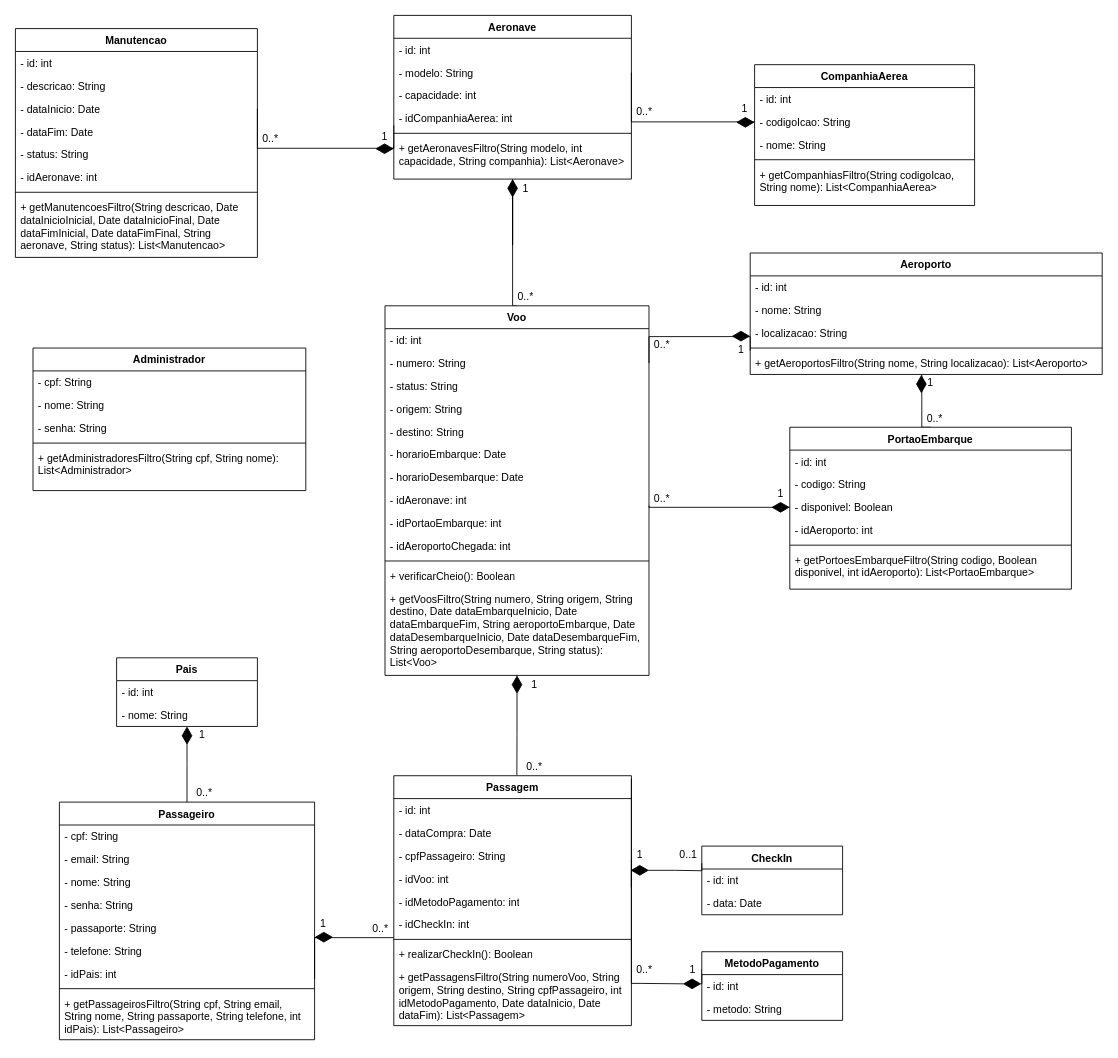
GabrielGMori/trabalho-conclus-o-ano keeps this draw.io diagram as Diagramas/Eng_de_Software/Modelos/Classes.drawio. Above is the earlier version. Source tidied: cells renumbered, new cells numbered last; positions are measured from the earlier drawing's top-left corner, leaving out a move shared by most shapes. Both pictures are drawn from the tidied source at 88%, with x=0, y=0 at pixel (15, 15).
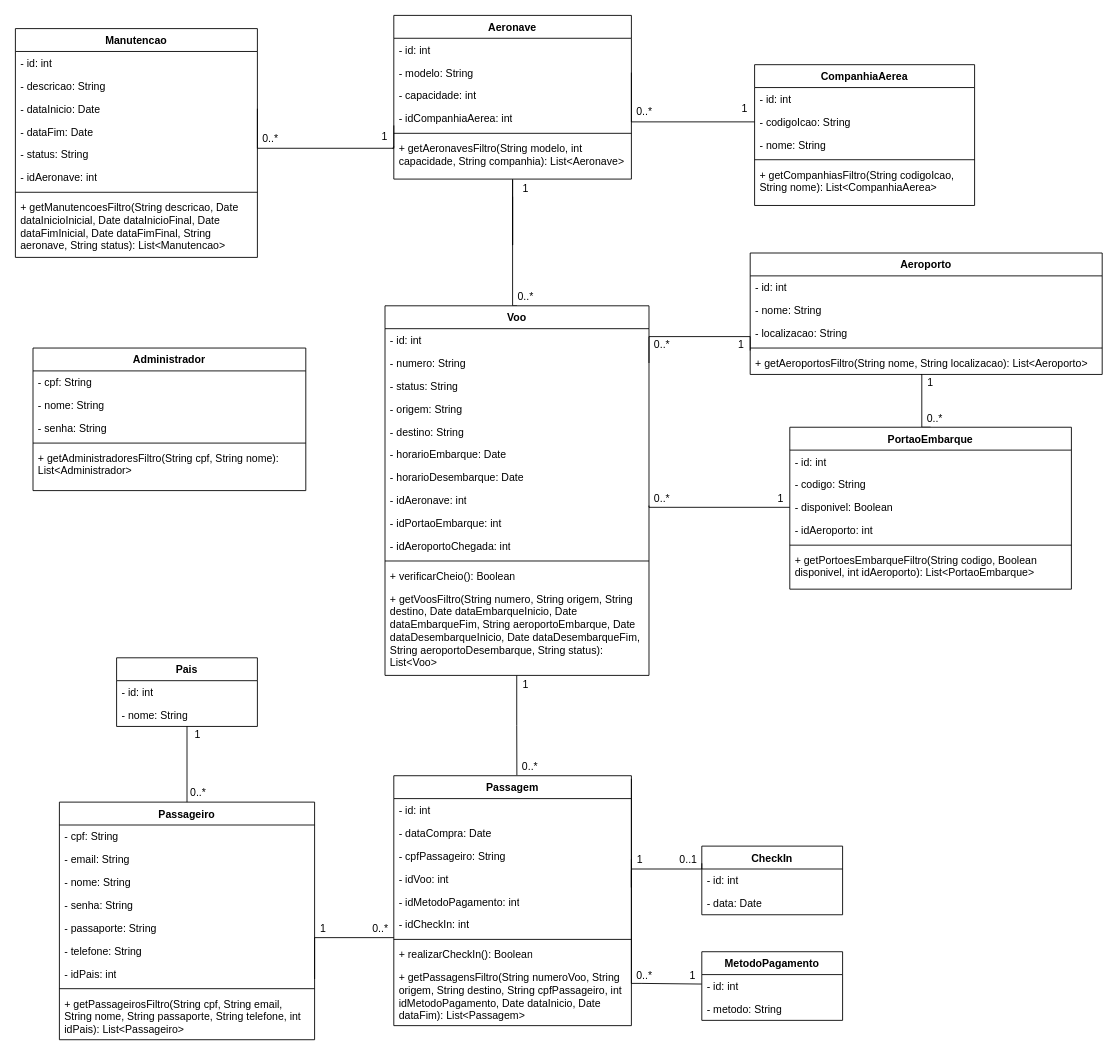
The same page after the edit.

Commit message (it also covers changes not shown here):
Faz pequenas alterações a corrige alguns erros nos diagramas

The change refers to these unchanged cells:
```xml
<mxCell id="12" value="Aeronave" style="swimlane;fontStyle=1;align=center;verticalAlign=top;horizontal=1;startSize=26;whiteSpace=wrap;html=1;" parent="1" vertex="1">
  <mxGeometry x="430" width="270" height="186" as="geometry" />
</mxCell>
<mxCell id="27" value="Voo" style="swimlane;fontStyle=1;align=center;verticalAlign=top;horizontal=1;startSize=26;whiteSpace=wrap;html=1;" parent="1" vertex="1">
  <mxGeometry x="420" y="330" width="300" height="420" as="geometry" />
</mxCell>
<mxCell id="40" value="+ getVoosFiltro(String numero, String origem, String destino, Date dataEmbarqueInicio, Date dataEmbarqueFim, String aeroportoEmbarque, Date dataDesembarqueInicio, Date dataDesembarqueFim, String aeroportoDesembarque, String status): List&amp;lt;Voo&amp;gt;" style="text;strokeColor=none;fillColor=none;align=left;verticalAlign=top;spacingLeft=4;spacingRight=4;overflow=hidden;points=[[0,0.5],[1,0.5]];portConstraint=eastwest;whiteSpace=wrap;html=1;" parent="27" vertex="1">
  <mxGeometry y="320" width="300" height="100" as="geometry" />
</mxCell>
<mxCell id="56" value="Passagem" style="swimlane;fontStyle=1;align=center;verticalAlign=top;horizontal=1;startSize=26;whiteSpace=wrap;html=1;" parent="1" vertex="1">
  <mxGeometry x="430" y="864" width="270" height="284" as="geometry" />
</mxCell>
<mxCell id="66" value="CheckIn" style="swimlane;fontStyle=1;align=center;verticalAlign=top;horizontal=1;startSize=26;whiteSpace=wrap;html=1;" parent="1" vertex="1">
  <mxGeometry x="780" y="944" width="160" height="78" as="geometry" />
</mxCell>
<mxCell id="69" value="MetodoPagamento" style="swimlane;fontStyle=1;align=center;verticalAlign=top;horizontal=1;startSize=26;whiteSpace=wrap;html=1;" parent="1" vertex="1">
  <mxGeometry x="780" y="1064" width="160" height="78" as="geometry" />
</mxCell>
<mxCell id="70" value="- id: int" style="text;strokeColor=none;fillColor=none;align=left;verticalAlign=top;spacingLeft=4;spacingRight=4;overflow=hidden;points=[[0,0.5],[1,0.5]];portConstraint=eastwest;whiteSpace=wrap;html=1;" parent="69" vertex="1">
  <mxGeometry y="26" width="160" height="26" as="geometry" />
</mxCell>
<mxCell id="78" value="Passageiro" style="swimlane;fontStyle=1;align=center;verticalAlign=top;horizontal=1;startSize=26;whiteSpace=wrap;html=1;" parent="1" vertex="1">
  <mxGeometry x="50" y="894" width="290" height="270" as="geometry" />
</mxCell>
<mxCell id="88" value="Pais" style="swimlane;fontStyle=1;align=center;verticalAlign=top;horizontal=1;startSize=26;whiteSpace=wrap;html=1;" parent="1" vertex="1">
  <mxGeometry x="115" y="730" width="160" height="78" as="geometry" />
</mxCell>
<mxCell id="90" value="- nome: String" style="text;strokeColor=none;fillColor=none;align=left;verticalAlign=top;spacingLeft=4;spacingRight=4;overflow=hidden;points=[[0,0.5],[1,0.5]];portConstraint=eastwest;whiteSpace=wrap;html=1;" parent="88" vertex="1">
  <mxGeometry y="52" width="160" height="26" as="geometry" />
</mxCell>
<mxCell id="97" value="1" style="text;html=1;align=center;verticalAlign=middle;whiteSpace=wrap;rounded=0;" parent="1" vertex="1">
  <mxGeometry x="410" y="128" width="20" height="20" as="geometry" />
</mxCell>
```

The edit, as a diff of the source:
```diff
@@
-    <mxCell id="11" style="edgeStyle=orthogonalEdgeStyle;rounded=0;jettySize=auto;html=1;entryX=0.5;entryY=0;entryDx=0;entryDy=0;endArrow=none;endFill=0;startArrow=none;" parent="1" edge="1" source="135" target="27">
+    <mxCell id="11" style="edgeStyle=orthogonalEdgeStyle;rounded=0;jettySize=auto;html=1;entryX=0.5;entryY=0;entryDx=0;entryDy=0;endArrow=none;endFill=0;startArrow=none;" parent="1" edge="1" target="27">
       <mxGeometry relative="1" as="geometry">
+        <mxPoint x="565" y="206" as="sourcePoint" />
         <Array as="points">
           <mxPoint x="565" y="330" />
         </Array>
       </mxGeometry>
     </mxCell>
@@
-    <mxCell id="26" style="edgeStyle=orthogonalEdgeStyle;rounded=0;jettySize=auto;html=1;exitX=0;exitY=0.5;exitDx=0;exitDy=0;endArrow=none;endFill=0;entryX=0.518;entryY=-0.002;entryDx=0;entryDy=0;entryPerimeter=0;startArrow=none;" parent="1" edge="1" source="133" target="56">
+    <mxCell id="26" style="edgeStyle=orthogonalEdgeStyle;rounded=0;jettySize=auto;html=1;exitX=0.499;exitY=1.001;exitDx=0;exitDy=0;endArrow=none;endFill=0;entryX=0.518;entryY=-0.002;entryDx=0;entryDy=0;entryPerimeter=0;startArrow=none;exitPerimeter=0;" parent="1" edge="1" source="40" target="56">
       <mxGeometry relative="1" as="geometry" />
     </mxCell>
@@
-    <mxCell id="55" style="edgeStyle=orthogonalEdgeStyle;rounded=0;jettySize=auto;html=1;exitX=1;exitY=0.5;exitDx=0;exitDy=0;entryX=0;entryY=0.25;entryDx=0;entryDy=0;endArrow=none;endFill=0;startArrow=none;" parent="1" edge="1" source="126" target="69">
-      <mxGeometry relative="1" as="geometry">
-        <Array as="points">
-          <mxPoint x="780" y="1100" />
-        </Array>
-      </mxGeometry>
-    </mxCell>
@@
-    <mxCell id="91" style="edgeStyle=orthogonalEdgeStyle;rounded=0;jettySize=auto;html=1;exitX=1;exitY=0.5;exitDx=0;exitDy=0;entryX=0.995;entryY=1.046;entryDx=0;entryDy=0;endArrow=none;endFill=0;entryPerimeter=0;startArrow=none;" parent="1" edge="1" source="121" target="97">
-      <mxGeometry relative="1" as="geometry" />
+    <mxCell id="91" style="edgeStyle=orthogonalEdgeStyle;rounded=0;jettySize=auto;html=1;exitX=1;exitY=0.5;exitDx=0;exitDy=0;entryX=0.995;entryY=1.046;entryDx=0;entryDy=0;endArrow=none;endFill=0;entryPerimeter=0;startArrow=none;" parent="1" edge="1" target="97">
+      <mxGeometry relative="1" as="geometry">
+        <mxPoint x="429" y="151.5" as="sourcePoint" />
+      </mxGeometry>
     </mxCell>
@@
-    <mxCell id="93" style="edgeStyle=orthogonalEdgeStyle;rounded=0;jettySize=auto;html=1;exitX=1;exitY=0.5;exitDx=0;exitDy=0;endArrow=none;endFill=0;startArrow=none;entryX=0;entryY=0.25;entryDx=0;entryDy=0;" parent="1" edge="1" source="129" target="66">
+    <mxCell id="93" style="edgeStyle=orthogonalEdgeStyle;rounded=0;jettySize=auto;html=1;endArrow=none;endFill=0;startArrow=none;entryX=0;entryY=0.25;entryDx=0;entryDy=0;" parent="1" edge="1" target="66">
       <mxGeometry relative="1" as="geometry">
+        <mxPoint x="700" y="970" as="sourcePoint" />
         <Array as="points">
-          <mxPoint x="750" y="972" />
-          <mxPoint x="780" y="972" />
+          <mxPoint x="780" y="970" />
         </Array>
       </mxGeometry>
     </mxCell>
@@
-    <mxCell id="95" style="edgeStyle=orthogonalEdgeStyle;rounded=0;jettySize=auto;html=1;endArrow=none;endFill=0;entryX=0.5;entryY=0;entryDx=0;entryDy=0;exitX=0;exitY=0.5;exitDx=0;exitDy=0;startArrow=none;" parent="1" edge="1" source="131" target="78">
-      <mxGeometry relative="1" as="geometry">
-        <Array as="points">
-          <mxPoint x="195" y="850" />
-          <mxPoint x="195" y="850" />
-        </Array>
-      </mxGeometry>
+    <mxCell id="95" style="edgeStyle=orthogonalEdgeStyle;rounded=0;jettySize=auto;html=1;endArrow=none;endFill=0;entryX=0.5;entryY=0;entryDx=0;entryDy=0;exitX=0.5;exitY=0.986;exitDx=0;exitDy=0;startArrow=none;exitPerimeter=0;" parent="1" edge="1" source="90" target="78">
+      <mxGeometry relative="1" as="geometry" />
     </mxCell>
@@
     <mxCell id="102" value="1" style="text;html=1;align=center;verticalAlign=middle;whiteSpace=wrap;rounded=0;" parent="1" vertex="1">
-      <mxGeometry x="860" y="534" width="20" height="20" as="geometry" />
+      <mxGeometry x="860" y="540" width="20" height="20" as="geometry" />
     </mxCell>
@@
     <mxCell id="106" value="1" style="text;html=1;align=center;verticalAlign=middle;whiteSpace=wrap;rounded=0;" parent="1" vertex="1">
-      <mxGeometry x="580" y="751" width="20" height="20" as="geometry" />
+      <mxGeometry x="570" y="751" width="20" height="20" as="geometry" />
     </mxCell>
     <mxCell id="107" value="0..*" style="text;html=1;align=center;verticalAlign=middle;whiteSpace=wrap;rounded=0;" parent="1" vertex="1">
-      <mxGeometry x="575" y="844" width="30" height="20" as="geometry" />
+      <mxGeometry x="570" y="844" width="30" height="20" as="geometry" />
     </mxCell>
     <mxCell id="108" value="1" style="text;html=1;align=center;verticalAlign=middle;whiteSpace=wrap;rounded=0;" parent="1" vertex="1">
-      <mxGeometry x="699.5" y="944" width="20" height="20" as="geometry" />
+      <mxGeometry x="700" y="950" width="20" height="20" as="geometry" />
     </mxCell>
     <mxCell id="109" value="0..1" style="text;html=1;align=center;verticalAlign=middle;whiteSpace=wrap;rounded=0;" parent="1" vertex="1">
-      <mxGeometry x="750" y="944" width="30" height="20" as="geometry" />
+      <mxGeometry x="750" y="950" width="30" height="20" as="geometry" />
     </mxCell>
     <mxCell id="110" value="1" style="text;html=1;align=center;verticalAlign=middle;whiteSpace=wrap;rounded=0;" parent="1" vertex="1">
-      <mxGeometry x="760" y="1075" width="20" height="20" as="geometry" />
+      <mxGeometry x="760" y="1081" width="20" height="20" as="geometry" />
     </mxCell>
     <mxCell id="111" value="0..*" style="text;html=1;align=center;verticalAlign=middle;whiteSpace=wrap;rounded=0;" parent="1" vertex="1">
-      <mxGeometry x="700" y="1075" width="30" height="20" as="geometry" />
+      <mxGeometry x="700" y="1081" width="30" height="20" as="geometry" />
     </mxCell>
     <mxCell id="112" value="1" style="text;html=1;align=center;verticalAlign=middle;whiteSpace=wrap;rounded=0;" parent="1" vertex="1">
-      <mxGeometry x="340" y="1022" width="20" height="20" as="geometry" />
+      <mxGeometry x="340" y="1028" width="20" height="20" as="geometry" />
     </mxCell>
@@
     <mxCell id="114" value="1" style="text;html=1;align=center;verticalAlign=middle;whiteSpace=wrap;rounded=0;" parent="1" vertex="1">
-      <mxGeometry x="204.5" y="808" width="15" height="20" as="geometry" />
+      <mxGeometry x="200" y="808" width="15" height="20" as="geometry" />
     </mxCell>
     <mxCell id="115" value="0..*" style="text;html=1;align=center;verticalAlign=middle;whiteSpace=wrap;rounded=0;" parent="1" vertex="1">
-      <mxGeometry x="200" y="874" width="30" height="20" as="geometry" />
+      <mxGeometry x="192.5" y="874" width="30" height="20" as="geometry" />
     </mxCell>
@@
     <mxCell id="118" value="1" style="text;html=1;align=center;verticalAlign=middle;whiteSpace=wrap;rounded=0;" parent="1" vertex="1">
-      <mxGeometry x="815" y="370" width="20" height="20" as="geometry" />
+      <mxGeometry x="815" y="365" width="20" height="20" as="geometry" />
     </mxCell>
-    <mxCell id="119" style="rhombus;whiteSpace=wrap;html=1;fillColor=#000000;" parent="1" vertex="1">
-      <mxGeometry x="820" y="116" width="19" height="11" as="geometry" />
-    </mxCell>
@@
-    <mxCell id="121" style="rhombus;whiteSpace=wrap;html=1;fillColor=#000000;" parent="1" vertex="1">
-      <mxGeometry x="410" y="146" width="19" height="11" as="geometry" />
-    </mxCell>
-    <mxCell id="122" style="rhombus;whiteSpace=wrap;html=1;fillColor=#000000;rotation=-90;" parent="1" vertex="1">
-      <mxGeometry x="1020" y="413.5" width="19" height="11" as="geometry" />
-    </mxCell>
-    <mxCell id="123" style="rhombus;whiteSpace=wrap;html=1;fillColor=#000000;rotation=0;" parent="1" vertex="1">
-      <mxGeometry x="815" y="359" width="19" height="11" as="geometry" />
-    </mxCell>
-    <mxCell id="124" style="rhombus;whiteSpace=wrap;html=1;fillColor=#000000;rotation=0;" parent="1" vertex="1">
-      <mxGeometry x="860" y="553.5" width="19" height="11" as="geometry" />
-    </mxCell>
-    <mxCell id="125" style="edgeStyle=orthogonalEdgeStyle;rounded=0;jettySize=auto;html=1;exitX=1;exitY=0.25;exitDx=0;exitDy=0;entryX=0;entryY=0.5;entryDx=0;entryDy=0;endArrow=none;endFill=0;" parent="1" edge="1" target="126">
+    <mxCell id="125" style="edgeStyle=orthogonalEdgeStyle;rounded=0;jettySize=auto;html=1;exitX=1;exitY=0.25;exitDx=0;exitDy=0;entryX=-0.001;entryY=0.413;entryDx=0;entryDy=0;endArrow=none;endFill=0;entryPerimeter=0;" parent="1" edge="1" target="70">
       <mxGeometry relative="1" as="geometry">
         <mxPoint x="700" y="867.5" as="sourcePoint" />
         <Array as="points">
           <mxPoint x="700" y="1100" />
           <mxPoint x="711" y="1100" />
         </Array>
       </mxGeometry>
     </mxCell>
-    <mxCell id="126" style="rhombus;whiteSpace=wrap;html=1;fillColor=#000000;rotation=0;" parent="1" vertex="1">
-      <mxGeometry x="759.5" y="1095" width="19" height="11" as="geometry" />
-    </mxCell>
-    <mxCell id="127" style="rhombus;whiteSpace=wrap;html=1;fillColor=#000000;rotation=0;" parent="1" vertex="1">
-      <mxGeometry x="341" y="1042" width="19" height="11" as="geometry" />
-    </mxCell>
-    <mxCell id="128" style="edgeStyle=orthogonalEdgeStyle;rounded=0;jettySize=auto;html=1;exitX=1;exitY=0.5;exitDx=0;exitDy=0;entryX=0;entryY=0.5;entryDx=0;entryDy=0;endArrow=none;endFill=0;" parent="1" edge="1" target="129">
+    <mxCell id="128" style="edgeStyle=orthogonalEdgeStyle;rounded=0;orthogonalLoop=1;jettySize=auto;html=1;exitX=1;exitY=0.5;exitDx=0;exitDy=0;entryX=0;entryY=0.5;entryDx=0;entryDy=0;endArrow=none;endFill=0;" parent="1" edge="1">
       <mxGeometry relative="1" as="geometry">
         <mxPoint x="700" y="959" as="sourcePoint" />
+        <mxPoint x="700" y="971.5" as="targetPoint" />
         <Array as="points">
           <mxPoint x="700" y="969" />
           <mxPoint x="700" y="969" />
           <mxPoint x="700" y="991" />
         </Array>
       </mxGeometry>
     </mxCell>
-    <mxCell id="129" style="rhombus;whiteSpace=wrap;html=1;fillColor=#000000;rotation=0;" parent="1" vertex="1">
-      <mxGeometry x="700" y="966" width="19" height="11" as="geometry" />
-    </mxCell>
-    <mxCell id="130" style="edgeStyle=orthogonalEdgeStyle;rounded=0;jettySize=auto;html=1;endArrow=none;endFill=0;entryX=1;entryY=0.5;entryDx=0;entryDy=0;exitX=0.5;exitY=1;exitDx=0;exitDy=0;" parent="1" edge="1" source="88" target="131">
-      <mxGeometry relative="1" as="geometry">
-        <Array as="points">
-          <mxPoint x="195" y="808" />
-        </Array>
-      </mxGeometry>
-    </mxCell>
-    <mxCell id="131" style="rhombus;whiteSpace=wrap;html=1;fillColor=#000000;rotation=-90;" parent="1" vertex="1">
-      <mxGeometry x="185.5" y="813" width="19" height="11" as="geometry" />
-    </mxCell>
-    <mxCell id="132" style="edgeStyle=orthogonalEdgeStyle;rounded=0;jettySize=auto;html=1;exitX=0.5;exitY=1;exitDx=0;exitDy=0;endArrow=none;endFill=0;entryX=1;entryY=0.5;entryDx=0;entryDy=0;" parent="1" edge="1" source="27" target="133">
-      <mxGeometry relative="1" as="geometry" />
-    </mxCell>
-    <mxCell id="133" style="rhombus;whiteSpace=wrap;html=1;fillColor=#000000;rotation=-90;" parent="1" vertex="1">
-      <mxGeometry x="560.5" y="755" width="19" height="11" as="geometry" />
-    </mxCell>
-    <mxCell id="134" style="edgeStyle=orthogonalEdgeStyle;rounded=0;jettySize=auto;html=1;entryX=1;entryY=0.5;entryDx=0;entryDy=0;endArrow=none;endFill=0;" parent="1" edge="1" source="12" target="135">
+    <mxCell id="134" style="edgeStyle=orthogonalEdgeStyle;rounded=0;jettySize=auto;html=1;entryX=1;entryY=0.5;entryDx=0;entryDy=0;endArrow=none;endFill=0;" parent="1" edge="1" source="12">
       <mxGeometry relative="1" as="geometry">
+        <mxPoint x="565" y="187" as="targetPoint" />
         <Array as="points">
           <mxPoint x="565" y="261" />
         </Array>
       </mxGeometry>
     </mxCell>
-    <mxCell id="135" style="rhombus;whiteSpace=wrap;html=1;fillColor=#000000;rotation=-90;" parent="1" vertex="1">
-      <mxGeometry x="555.5" y="191" width="19" height="11" as="geometry" />
-    </mxCell>
```
